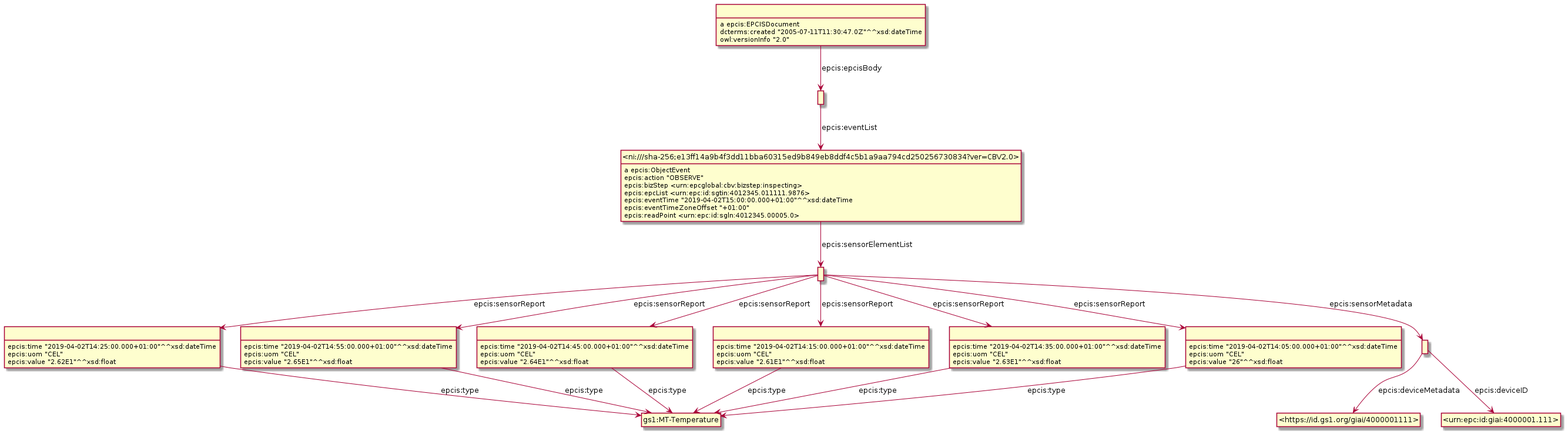
Above: Diagrams/WithSensorData/SensorDataExample5.png in gs1/EPCIS (PlantUML), before the change. Source of this version:
```plantuml
@startuml
hide empty methods
hide empty attributes
hide circle
skinparam classAttributeIconSize 0
class _r1623307963r6_ as " "
class gs1_MT_Temperature as "gs1:MT-Temperature"
_r1623307963r6_ -down-> gs1_MT_Temperature : epcis:type
_r1623307963r6_ : epcis:time "2019-04-02T14:15:00.000+01:00"^^xsd:dateTime
_r1623307963r6_ : epcis:uom "CEL"
_r1623307963r6_ : epcis:value "2.61E1"^^xsd:float
class _r1623307963r0_ as " "
_r1623307963r0_ -down-> _r1623307963r6_ : epcis:sensorReport
class _r1623307963r4_ as " "
_r1623307963r0_ -down-> _r1623307963r4_ : epcis:sensorReport
class _r1623307963r5_ as " "
_r1623307963r0_ -down-> _r1623307963r5_ : epcis:sensorReport
class _r1623307963r2_ as " "
_r1623307963r0_ -down-> _r1623307963r2_ : epcis:sensorReport
class _r1623307963r3_ as " "
_r1623307963r0_ -down-> _r1623307963r3_ : epcis:sensorReport
class _r1623307963r1_ as " "
_r1623307963r0_ -down-> _r1623307963r1_ : epcis:sensorMetadata
class _r1623307963r7_ as " "
_r1623307963r0_ -down-> _r1623307963r7_ : epcis:sensorReport
class _ni_sha_256_e13ff14a9b4f3dd11bba60315ed9b849eb8ddf4c5b1a9aa794cd250256730834_ver_CBV2_0_ as "<ni:///sha-256;e13ff14a9b4f3dd11bba60315ed9b849eb8ddf4c5b1a9aa794cd250256730834?ver=CBV2.0>"
_ni_sha_256_e13ff14a9b4f3dd11bba60315ed9b849eb8ddf4c5b1a9aa794cd250256730834_ver_CBV2_0_ : a epcis:ObjectEvent
_ni_sha_256_e13ff14a9b4f3dd11bba60315ed9b849eb8ddf4c5b1a9aa794cd250256730834_ver_CBV2_0_ -down-> _r1623307963r0_ : epcis:sensorElementList
_ni_sha_256_e13ff14a9b4f3dd11bba60315ed9b849eb8ddf4c5b1a9aa794cd250256730834_ver_CBV2_0_ : epcis:action "OBSERVE"
_ni_sha_256_e13ff14a9b4f3dd11bba60315ed9b849eb8ddf4c5b1a9aa794cd250256730834_ver_CBV2_0_ : epcis:bizStep <urn:epcglobal:cbv:bizstep:inspecting>
_ni_sha_256_e13ff14a9b4f3dd11bba60315ed9b849eb8ddf4c5b1a9aa794cd250256730834_ver_CBV2_0_ : epcis:epcList <urn:epc:id:sgtin:4012345.011111.9876>
_ni_sha_256_e13ff14a9b4f3dd11bba60315ed9b849eb8ddf4c5b1a9aa794cd250256730834_ver_CBV2_0_ : epcis:eventTime "2019-04-02T15:00:00.000+01:00"^^xsd:dateTime
_ni_sha_256_e13ff14a9b4f3dd11bba60315ed9b849eb8ddf4c5b1a9aa794cd250256730834_ver_CBV2_0_ : epcis:eventTimeZoneOffset "+01:00"
_ni_sha_256_e13ff14a9b4f3dd11bba60315ed9b849eb8ddf4c5b1a9aa794cd250256730834_ver_CBV2_0_ : epcis:readPoint <urn:epc:id:sgln:4012345.00005.0>
class _r1623307963r9_ as " "
_r1623307963r9_ -down-> _ni_sha_256_e13ff14a9b4f3dd11bba60315ed9b849eb8ddf4c5b1a9aa794cd250256730834_ver_CBV2_0_ : epcis:eventList
_r1623307963r3_ -down-> gs1_MT_Temperature : epcis:type
_r1623307963r3_ : epcis:time "2019-04-02T14:45:00.000+01:00"^^xsd:dateTime
_r1623307963r3_ : epcis:uom "CEL"
_r1623307963r3_ : epcis:value "2.64E1"^^xsd:float
class _https_id_gs1_org_giai_4000001111_ as "<https://id.gs1.org/giai/4000001111>"
_r1623307963r1_ -down-> _https_id_gs1_org_giai_4000001111_ : epcis:deviceMetadata
class _urn_epc_id_giai_4000001_111_ as "<urn:epc:id:giai:4000001.111>"
_r1623307963r1_ -down-> _urn_epc_id_giai_4000001_111_ : epcis:deviceID
_r1623307963r7_ -down-> gs1_MT_Temperature : epcis:type
_r1623307963r7_ : epcis:time "2019-04-02T14:05:00.000+01:00"^^xsd:dateTime
_r1623307963r7_ : epcis:uom "CEL"
_r1623307963r7_ : epcis:value "26"^^xsd:float
class _r1623307963r8_ as " "
_r1623307963r8_ : a epcis:EPCISDocument
_r1623307963r8_ -down-> _r1623307963r9_ : epcis:epcisBody
_r1623307963r8_ : dcterms:created "2005-07-11T11:30:47.0Z"^^xsd:dateTime
_r1623307963r8_ : owl:versionInfo "2.0"
_r1623307963r4_ -down-> gs1_MT_Temperature : epcis:type
_r1623307963r4_ : epcis:time "2019-04-02T14:35:00.000+01:00"^^xsd:dateTime
_r1623307963r4_ : epcis:uom "CEL"
_r1623307963r4_ : epcis:value "2.63E1"^^xsd:float
_r1623307963r2_ -down-> gs1_MT_Temperature : epcis:type
_r1623307963r2_ : epcis:time "2019-04-02T14:55:00.000+01:00"^^xsd:dateTime
_r1623307963r2_ : epcis:uom "CEL"
_r1623307963r2_ : epcis:value "2.65E1"^^xsd:float
_r1623307963r5_ -down-> gs1_MT_Temperature : epcis:type
_r1623307963r5_ : epcis:time "2019-04-02T14:25:00.000+01:00"^^xsd:dateTime
_r1623307963r5_ : epcis:uom "CEL"
_r1623307963r5_ : epcis:value "2.62E1"^^xsd:float
@enduml
```
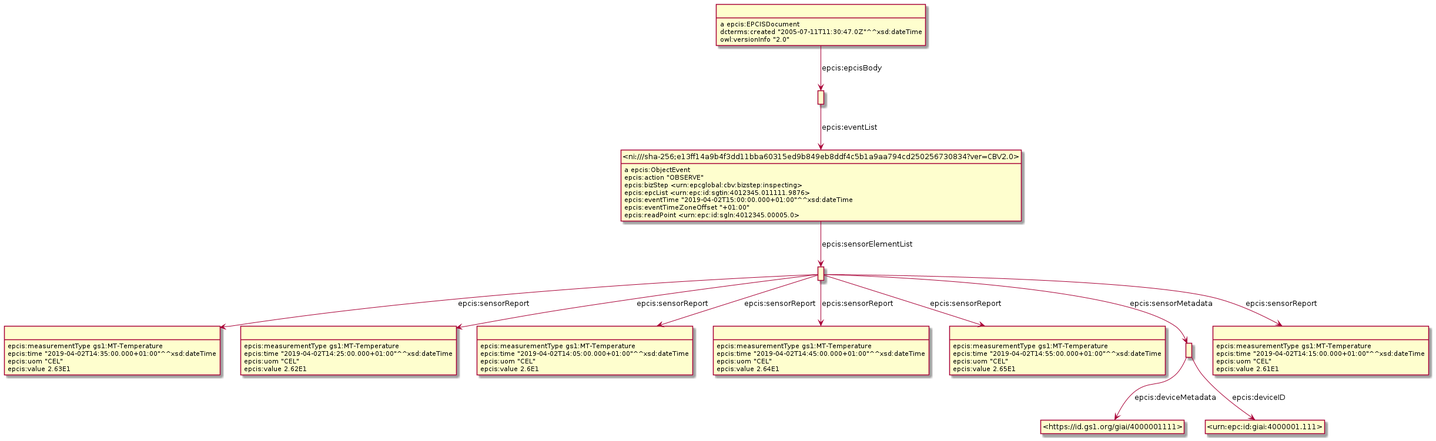
Later version of the same file.

The edit, as a diff of the source:
```diff
@@ -3,64 +3,63 @@
 hide empty attributes
 hide circle
 skinparam classAttributeIconSize 0
-class _r1623307963r6_ as " "
-class gs1_MT_Temperature as "gs1:MT-Temperature"
-_r1623307963r6_ -down-> gs1_MT_Temperature : epcis:type
-_r1623307963r6_ : epcis:time "2019-04-02T14:15:00.000+01:00"^^xsd:dateTime
-_r1623307963r6_ : epcis:uom "CEL"
-_r1623307963r6_ : epcis:value "2.61E1"^^xsd:float
-class _r1623307963r0_ as " "
-_r1623307963r0_ -down-> _r1623307963r6_ : epcis:sensorReport
-class _r1623307963r4_ as " "
-_r1623307963r0_ -down-> _r1623307963r4_ : epcis:sensorReport
-class _r1623307963r5_ as " "
-_r1623307963r0_ -down-> _r1623307963r5_ : epcis:sensorReport
-class _r1623307963r2_ as " "
-_r1623307963r0_ -down-> _r1623307963r2_ : epcis:sensorReport
-class _r1623307963r3_ as " "
-_r1623307963r0_ -down-> _r1623307963r3_ : epcis:sensorReport
-class _r1623307963r1_ as " "
-_r1623307963r0_ -down-> _r1623307963r1_ : epcis:sensorMetadata
-class _r1623307963r7_ as " "
-_r1623307963r0_ -down-> _r1623307963r7_ : epcis:sensorReport
+class _r1623934108r8_ as " "
+_r1623934108r8_ : a epcis:EPCISDocument
+class _r1623934108r9_ as " "
+_r1623934108r8_ -down-> _r1623934108r9_ : epcis:epcisBody
+_r1623934108r8_ : dcterms:created "2005-07-11T11:30:47.0Z"^^xsd:dateTime
+_r1623934108r8_ : owl:versionInfo "2.0"
+class _r1623934108r4_ as " "
+_r1623934108r4_ : epcis:measurementType gs1:MT-Temperature
+_r1623934108r4_ : epcis:time "2019-04-02T14:35:00.000+01:00"^^xsd:dateTime
+_r1623934108r4_ : epcis:uom "CEL"
+_r1623934108r4_ : epcis:value 2.63E1
+class _r1623934108r5_ as " "
+_r1623934108r5_ : epcis:measurementType gs1:MT-Temperature
+_r1623934108r5_ : epcis:time "2019-04-02T14:25:00.000+01:00"^^xsd:dateTime
+_r1623934108r5_ : epcis:uom "CEL"
+_r1623934108r5_ : epcis:value 2.62E1
+class _r1623934108r7_ as " "
+_r1623934108r7_ : epcis:measurementType gs1:MT-Temperature
+_r1623934108r7_ : epcis:time "2019-04-02T14:05:00.000+01:00"^^xsd:dateTime
+_r1623934108r7_ : epcis:uom "CEL"
+_r1623934108r7_ : epcis:value 2.6E1
 class _ni_sha_256_e13ff14a9b4f3dd11bba60315ed9b849eb8ddf4c5b1a9aa794cd250256730834_ver_CBV2_0_ as "<ni:///sha-256;e13ff14a9b4f3dd11bba60315ed9b849eb8ddf4c5b1a9aa794cd250256730834?ver=CBV2.0>"
+_r1623934108r9_ -down-> _ni_sha_256_e13ff14a9b4f3dd11bba60315ed9b849eb8ddf4c5b1a9aa794cd250256730834_ver_CBV2_0_ : epcis:eventList
+class _r1623934108r3_ as " "
+_r1623934108r3_ : epcis:measurementType gs1:MT-Temperature
+_r1623934108r3_ : epcis:time "2019-04-02T14:45:00.000+01:00"^^xsd:dateTime
+_r1623934108r3_ : epcis:uom "CEL"
+_r1623934108r3_ : epcis:value 2.64E1
+class _r1623934108r2_ as " "
+_r1623934108r2_ : epcis:measurementType gs1:MT-Temperature
+_r1623934108r2_ : epcis:time "2019-04-02T14:55:00.000+01:00"^^xsd:dateTime
+_r1623934108r2_ : epcis:uom "CEL"
+_r1623934108r2_ : epcis:value 2.65E1
+class _r1623934108r1_ as " "
+class _https_id_gs1_org_giai_4000001111_ as "<https://id.gs1.org/giai/4000001111>"
+_r1623934108r1_ -down-> _https_id_gs1_org_giai_4000001111_ : epcis:deviceMetadata
+class _urn_epc_id_giai_4000001_111_ as "<urn:epc:id:giai:4000001.111>"
+_r1623934108r1_ -down-> _urn_epc_id_giai_4000001_111_ : epcis:deviceID
+class _r1623934108r6_ as " "
+_r1623934108r6_ : epcis:measurementType gs1:MT-Temperature
+_r1623934108r6_ : epcis:time "2019-04-02T14:15:00.000+01:00"^^xsd:dateTime
+_r1623934108r6_ : epcis:uom "CEL"
+_r1623934108r6_ : epcis:value 2.61E1
 _ni_sha_256_e13ff14a9b4f3dd11bba60315ed9b849eb8ddf4c5b1a9aa794cd250256730834_ver_CBV2_0_ : a epcis:ObjectEvent
-_ni_sha_256_e13ff14a9b4f3dd11bba60315ed9b849eb8ddf4c5b1a9aa794cd250256730834_ver_CBV2_0_ -down-> _r1623307963r0_ : epcis:sensorElementList
+class _r1623934108r0_ as " "
+_ni_sha_256_e13ff14a9b4f3dd11bba60315ed9b849eb8ddf4c5b1a9aa794cd250256730834_ver_CBV2_0_ -down-> _r1623934108r0_ : epcis:sensorElementList
 _ni_sha_256_e13ff14a9b4f3dd11bba60315ed9b849eb8ddf4c5b1a9aa794cd250256730834_ver_CBV2_0_ : epcis:action "OBSERVE"
 _ni_sha_256_e13ff14a9b4f3dd11bba60315ed9b849eb8ddf4c5b1a9aa794cd250256730834_ver_CBV2_0_ : epcis:bizStep <urn:epcglobal:cbv:bizstep:inspecting>
 _ni_sha_256_e13ff14a9b4f3dd11bba60315ed9b849eb8ddf4c5b1a9aa794cd250256730834_ver_CBV2_0_ : epcis:epcList <urn:epc:id:sgtin:4012345.011111.9876>
 _ni_sha_256_e13ff14a9b4f3dd11bba60315ed9b849eb8ddf4c5b1a9aa794cd250256730834_ver_CBV2_0_ : epcis:eventTime "2019-04-02T15:00:00.000+01:00"^^xsd:dateTime
 _ni_sha_256_e13ff14a9b4f3dd11bba60315ed9b849eb8ddf4c5b1a9aa794cd250256730834_ver_CBV2_0_ : epcis:eventTimeZoneOffset "+01:00"
 _ni_sha_256_e13ff14a9b4f3dd11bba60315ed9b849eb8ddf4c5b1a9aa794cd250256730834_ver_CBV2_0_ : epcis:readPoint <urn:epc:id:sgln:4012345.00005.0>
-class _r1623307963r9_ as " "
-_r1623307963r9_ -down-> _ni_sha_256_e13ff14a9b4f3dd11bba60315ed9b849eb8ddf4c5b1a9aa794cd250256730834_ver_CBV2_0_ : epcis:eventList
-_r1623307963r3_ -down-> gs1_MT_Temperature : epcis:type
-_r1623307963r3_ : epcis:time "2019-04-02T14:45:00.000+01:00"^^xsd:dateTime
-_r1623307963r3_ : epcis:uom "CEL"
-_r1623307963r3_ : epcis:value "2.64E1"^^xsd:float
-class _https_id_gs1_org_giai_4000001111_ as "<https://id.gs1.org/giai/4000001111>"
-_r1623307963r1_ -down-> _https_id_gs1_org_giai_4000001111_ : epcis:deviceMetadata
-class _urn_epc_id_giai_4000001_111_ as "<urn:epc:id:giai:4000001.111>"
-_r1623307963r1_ -down-> _urn_epc_id_giai_4000001_111_ : epcis:deviceID
-_r1623307963r7_ -down-> gs1_MT_Temperature : epcis:type
-_r1623307963r7_ : epcis:time "2019-04-02T14:05:00.000+01:00"^^xsd:dateTime
-_r1623307963r7_ : epcis:uom "CEL"
-_r1623307963r7_ : epcis:value "26"^^xsd:float
-class _r1623307963r8_ as " "
-_r1623307963r8_ : a epcis:EPCISDocument
-_r1623307963r8_ -down-> _r1623307963r9_ : epcis:epcisBody
-_r1623307963r8_ : dcterms:created "2005-07-11T11:30:47.0Z"^^xsd:dateTime
-_r1623307963r8_ : owl:versionInfo "2.0"
-_r1623307963r4_ -down-> gs1_MT_Temperature : epcis:type
-_r1623307963r4_ : epcis:time "2019-04-02T14:35:00.000+01:00"^^xsd:dateTime
-_r1623307963r4_ : epcis:uom "CEL"
-_r1623307963r4_ : epcis:value "2.63E1"^^xsd:float
-_r1623307963r2_ -down-> gs1_MT_Temperature : epcis:type
-_r1623307963r2_ : epcis:time "2019-04-02T14:55:00.000+01:00"^^xsd:dateTime
-_r1623307963r2_ : epcis:uom "CEL"
-_r1623307963r2_ : epcis:value "2.65E1"^^xsd:float
-_r1623307963r5_ -down-> gs1_MT_Temperature : epcis:type
-_r1623307963r5_ : epcis:time "2019-04-02T14:25:00.000+01:00"^^xsd:dateTime
-_r1623307963r5_ : epcis:uom "CEL"
-_r1623307963r5_ : epcis:value "2.62E1"^^xsd:float
+_r1623934108r0_ -down-> _r1623934108r7_ : epcis:sensorReport
+_r1623934108r0_ -down-> _r1623934108r3_ : epcis:sensorReport
+_r1623934108r0_ -down-> _r1623934108r6_ : epcis:sensorReport
+_r1623934108r0_ -down-> _r1623934108r4_ : epcis:sensorReport
+_r1623934108r0_ -down-> _r1623934108r1_ : epcis:sensorMetadata
+_r1623934108r0_ -down-> _r1623934108r2_ : epcis:sensorReport
+_r1623934108r0_ -down-> _r1623934108r5_ : epcis:sensorReport
 @enduml
```
